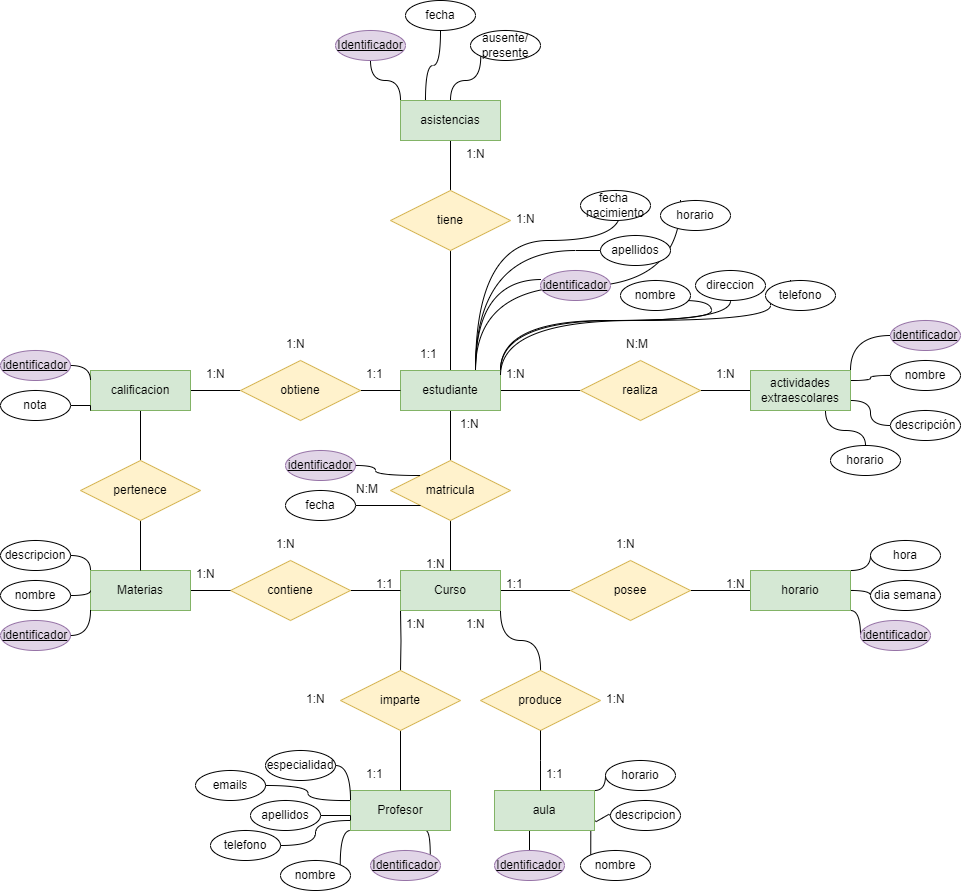
Before: Unidad-1/Tareas/Tarea-8/tarea8.drawio.png, a diagram exported from draw.io (jdrguez/2-Daw). Source tidied: cells renumbered, new cells last; positions are measured from the earlier drawing's top-left corner, leaving out a move shared by most shapes.
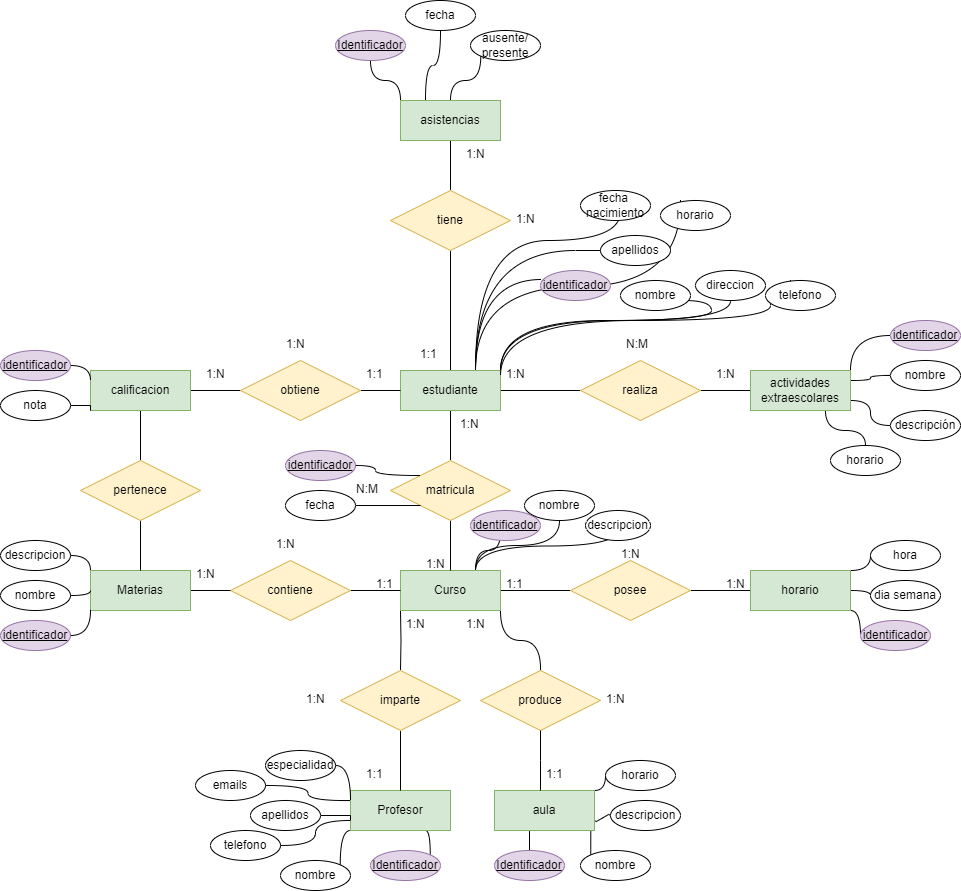
Later version of the same file.

Diff of the diagram source:
```diff
@@ -15,6 +15,19 @@
         <mxPoint x="540" y="670" as="targetPoint" />
       </mxGeometry>
     </mxCell>
+    <mxCell id="130" style="edgeStyle=orthogonalEdgeStyle;rounded=0;jettySize=auto;html=1;exitX=0.75;exitY=0;exitDx=0;exitDy=0;curved=1;endArrow=none;endFill=0;" parent="1" edge="1" source="5">
+      <mxGeometry relative="1" as="geometry">
+        <mxPoint x="500" y="530" as="targetPoint" />
+      </mxGeometry>
+    </mxCell>
+    <mxCell id="131" style="edgeStyle=orthogonalEdgeStyle;rounded=0;jettySize=auto;html=1;exitX=0.75;exitY=0;exitDx=0;exitDy=0;entryX=0.5;entryY=1;entryDx=0;entryDy=0;curved=1;endArrow=none;endFill=0;" parent="1" edge="1" source="5" target="134">
+      <mxGeometry relative="1" as="geometry" />
+    </mxCell>
+    <mxCell id="132" style="edgeStyle=orthogonalEdgeStyle;rounded=0;jettySize=auto;html=1;exitX=0.75;exitY=0;exitDx=0;exitDy=0;curved=1;" parent="1" edge="1" source="5">
+      <mxGeometry relative="1" as="geometry">
+        <mxPoint x="620" y="520" as="targetPoint" />
+      </mxGeometry>
+    </mxCell>
     <mxCell id="5" value="&lt;div&gt;Curso&lt;/div&gt;" style="whiteSpace=wrap;html=1;align=center;fillColor=#d5e8d4;strokeColor=#82b366;" parent="1" vertex="1">
       <mxGeometry x="400" y="570" width="100" height="40" as="geometry" />
     </mxCell>
@@ -236,7 +249,7 @@
       <mxGeometry x="500" y="570" width="40" height="30" as="geometry" />
     </mxCell>
     <mxCell id="70" value="1:N" style="text;strokeColor=none;fillColor=none;spacingLeft=4;spacingRight=4;overflow=hidden;fontSize=12;whiteSpace=wrap;html=1;" parent="1" vertex="1">
-      <mxGeometry x="610" y="530" width="40" height="30" as="geometry" />
+      <mxGeometry x="615" y="540" width="40" height="30" as="geometry" />
     </mxCell>
     <mxCell id="71" value="1:N" style="text;strokeColor=none;fillColor=none;spacingLeft=4;spacingRight=4;overflow=hidden;fontSize=12;whiteSpace=wrap;html=1;" parent="1" vertex="1">
       <mxGeometry x="200" y="360" width="40" height="30" as="geometry" />
@@ -430,5 +443,14 @@
     <mxCell id="129" value="horario" style="ellipse;whiteSpace=wrap;html=1;align=center;" parent="1" vertex="1">
       <mxGeometry x="660" y="200" width="70" height="30" as="geometry" />
     </mxCell>
+    <mxCell id="133" value="&lt;u&gt;identificador&lt;/u&gt;" style="ellipse;whiteSpace=wrap;html=1;align=center;fillColor=#e1d5e7;strokeColor=#9673a6;" parent="1" vertex="1">
+      <mxGeometry x="470" y="510" width="70" height="30" as="geometry" />
+    </mxCell>
+    <mxCell id="134" value="nombre" style="ellipse;whiteSpace=wrap;html=1;align=center;" parent="1" vertex="1">
+      <mxGeometry x="524" y="490" width="70" height="30" as="geometry" />
+    </mxCell>
+    <mxCell id="135" value="descripcion" style="ellipse;whiteSpace=wrap;html=1;align=center;" parent="1" vertex="1">
+      <mxGeometry x="585" y="510" width="65" height="30" as="geometry" />
+    </mxCell>
   </root>
 </mxGraphModel>
```
